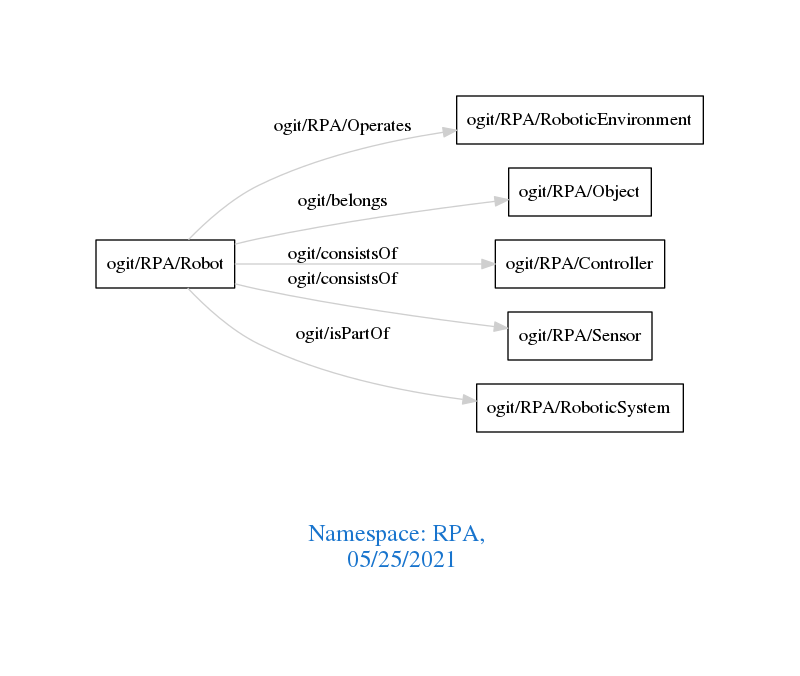
Above: downloads/RPA.png in arago/OGIT (Graphviz), before the change. Its source is kept beside it as downloads/RPA.dot.
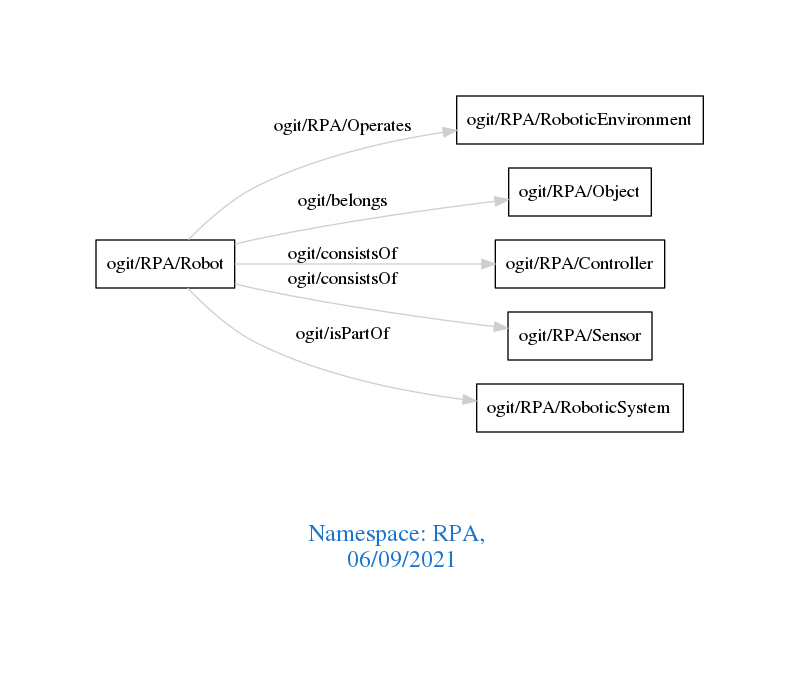
After the commit.

The edit, as a diff of the source:
```diff
@@ -1,7 +1,7 @@
 digraph OGIT_ontology {
  graph [ rankdir= LR,pad=1
 fontsize = 18,
-fontcolor= dodgerblue3,label = "\n\n\nNamespace: RPA, \n 05/25/2021"];
+fontcolor= dodgerblue3,label = "\n\n\nNamespace: RPA, \n 06/09/2021"];
 node[shape=polygon];
 edge [  color="gray81"];
 
```
